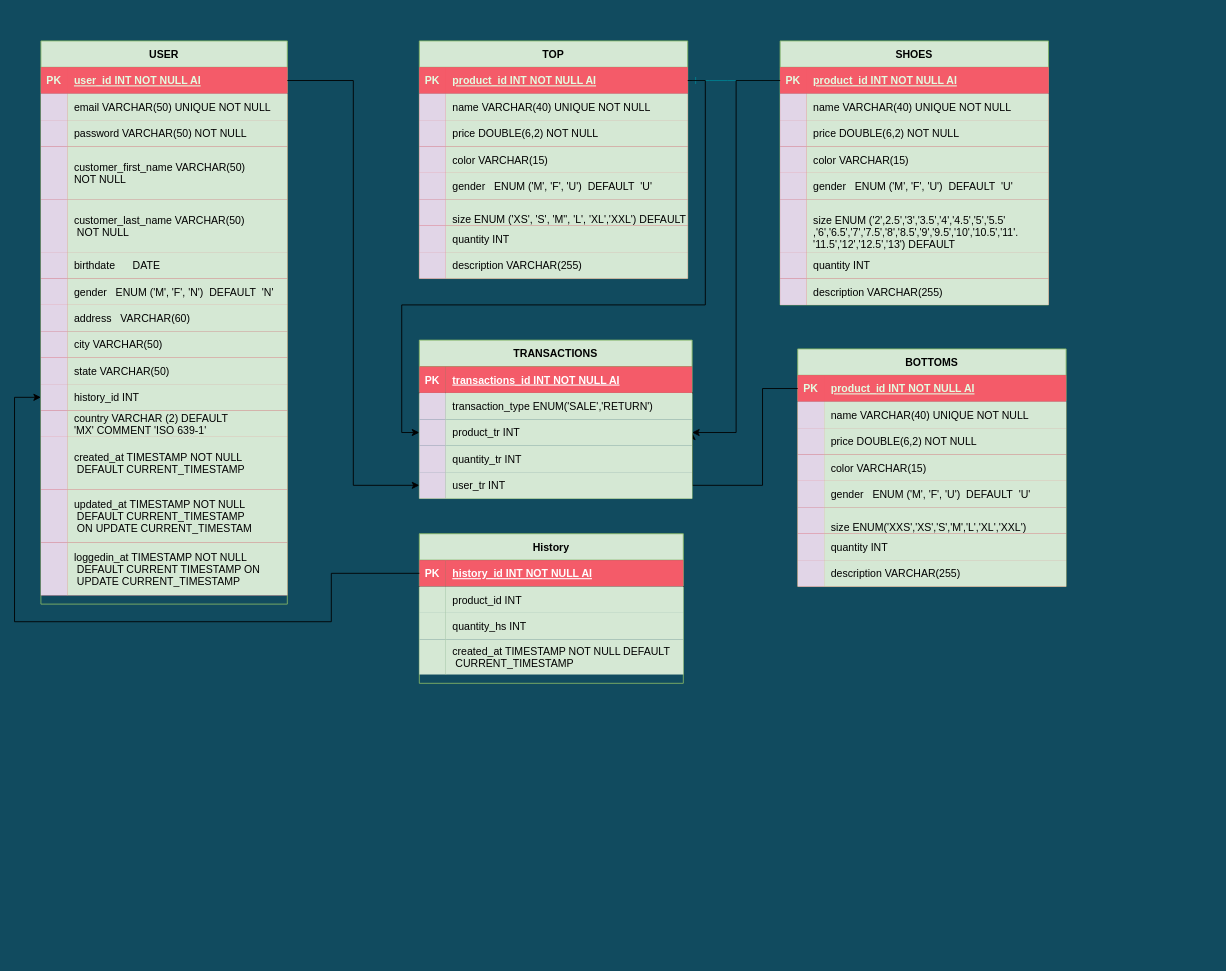
Above: Untitled Diagram.drawio in UTCh-BIS-Team/Entity-Relationship-Model (draw.io), before the change. Source tidied: cells renumbered, new cells numbered last; positions are measured from the earlier drawing's top-left corner, leaving out a move shared by most shapes. Both pictures are drawn from the tidied source at 88%, with x=0, y=0 at pixel (14, 40).
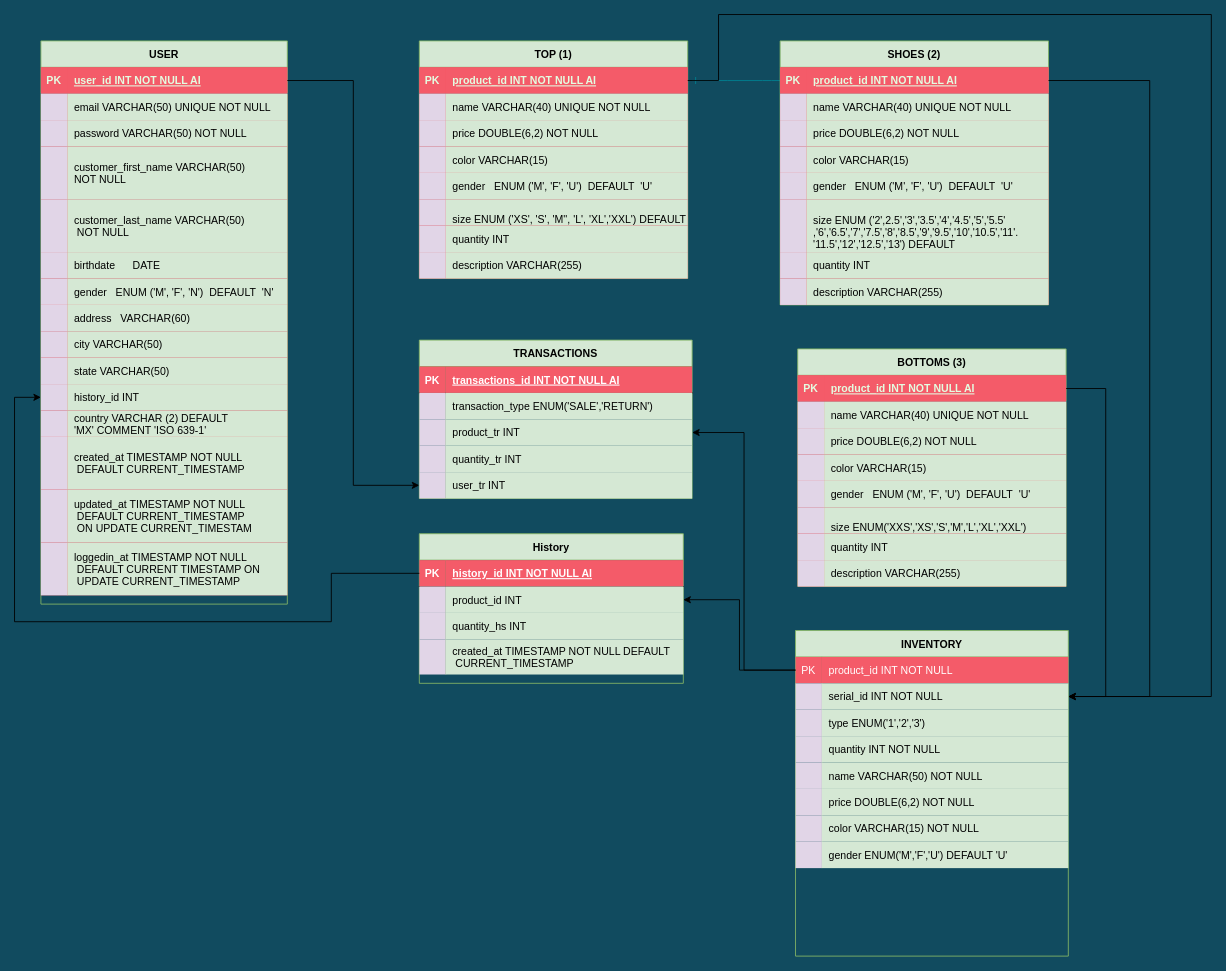
Above is the later version.

Unchanged cells that the change refers to:
```xml
<mxCell id="4" style="shape=partialRectangle;fillColor=#F45B69;points=[[0,0.5],[1,0.5]];portConstraint=eastwest;top=0;left=0;right=0;bottom=1;strokeColor=#028090;fontColor=#E4FDE1;" parent="3" vertex="1">
  <mxGeometry y="30" width="305" height="30" as="geometry" />
</mxCell>
<mxCell id="29" style="shape=partialRectangle;fillColor=#F45B69;points=[[0,0.5],[1,0.5]];portConstraint=eastwest;top=0;left=0;right=0;bottom=1;strokeColor=#028090;fontColor=#E4FDE1;" parent="28" vertex="1">
  <mxGeometry y="30" width="305" height="30" as="geometry" />
</mxCell>
<mxCell id="54" style="shape=partialRectangle;fillColor=#F45B69;points=[[0,0.5],[1,0.5]];portConstraint=eastwest;top=0;left=0;right=0;bottom=1;strokeColor=#028090;fontColor=#E4FDE1;" parent="53" vertex="1">
  <mxGeometry y="30" width="305" height="30" as="geometry" />
</mxCell>
<mxCell id="135" style="shape=partialRectangle;fillColor=none;top=0;left=0;bottom=0;right=0;points=[[0,0.5],[1,0.5]];portConstraint=eastwest;" parent="128" vertex="1">
  <mxGeometry y="90" width="310" height="30" as="geometry" />
</mxCell>
<mxCell id="148" style="shape=partialRectangle;fillColor=none;top=0;left=0;bottom=0;right=0;points=[[0,0.5],[1,0.5]];portConstraint=eastwest;" parent="144" vertex="1">
  <mxGeometry y="60" width="300" height="30" as="geometry" />
</mxCell>
<mxCell id="151" style="shape=partialRectangle;fillColor=none;top=0;left=0;bottom=0;right=0;" parent="144" vertex="1">
  <mxGeometry y="90" width="300" height="30" as="geometry" />
</mxCell>
<mxCell id="154" style="shape=partialRectangle;fillColor=none;top=0;left=0;bottom=0;right=0;" parent="144" vertex="1">
  <mxGeometry y="120" width="300" height="40" as="geometry" />
</mxCell>
```

Change to the diagram source:
```diff
@@
-    <mxCell id="3" value="SHOES" style="shape=table;startSize=30;childLayout=tableLayout;rowLines=0;fontStyle=1;align=center;fillColor=#d5e8d4;strokeColor=#82b366;" parent="1" vertex="1">
+    <mxCell id="3" value="SHOES (2)" style="shape=table;startSize=30;childLayout=tableLayout;rowLines=0;fontStyle=1;align=center;fillColor=#d5e8d4;strokeColor=#82b366;" parent="1" vertex="1">
       <mxGeometry x="870" width="305" height="300" as="geometry" />
     </mxCell>
@@
-    <mxCell id="28" value="TOP" style="shape=table;startSize=30;childLayout=tableLayout;rowLines=0;fontStyle=1;align=center;fillColor=#d5e8d4;strokeColor=#82b366;" parent="1" vertex="1">
+    <mxCell id="28" value="TOP (1)" style="shape=table;startSize=30;childLayout=tableLayout;rowLines=0;fontStyle=1;align=center;fillColor=#d5e8d4;strokeColor=#82b366;" parent="1" vertex="1">
       <mxGeometry x="460" width="305" height="270" as="geometry" />
     </mxCell>
@@
-    <mxCell id="53" value="BOTTOMS" style="shape=table;startSize=30;childLayout=tableLayout;rowLines=0;fontStyle=1;align=center;fillColor=#d5e8d4;strokeColor=#82b366;" parent="1" vertex="1">
+    <mxCell id="53" value="BOTTOMS (3)" style="shape=table;startSize=30;childLayout=tableLayout;rowLines=0;fontStyle=1;align=center;fillColor=#d5e8d4;strokeColor=#82b366;" parent="1" vertex="1">
       <mxGeometry x="890" y="350" width="305" height="270" as="geometry" />
     </mxCell>
@@
-    <mxCell id="56" value="product_id INT NOT NULL AI" style="shape=partialRectangle;overflow=hidden;fillColor=#F45B69;top=0;left=0;bottom=0;right=0;align=left;spacingLeft=6;fontStyle=5;strokeColor=#028090;fontColor=#E4FDE1;" parent="54" vertex="1">
+    <mxCell id="56" value="product_id INT NOT NULL AI" style="shape=partialRectangle;overflow=hidden;top=0;left=0;bottom=0;right=0;align=left;spacingLeft=6;fontStyle=5;strokeColor=#028090;fontColor=#E4FDE1;fillColor=#F45B69;" parent="54" vertex="1">
       <mxGeometry x="30" width="275" height="30" as="geometry" />
     </mxCell>
@@
-    <mxCell id="78" style="edgeStyle=orthogonalEdgeStyle;rounded=0;jettySize=auto;html=1;entryX=1;entryY=0.5;entryDx=0;entryDy=0;fontColor=#FFFFFF;" parent="1" edge="1" source="54" target="135">
-      <mxGeometry relative="1" as="geometry">
-        <Array as="points">
-          <mxPoint x="850" y="395" />
-          <mxPoint x="850" y="505" />
-        </Array>
-      </mxGeometry>
-    </mxCell>
-    <mxCell id="79" style="edgeStyle=orthogonalEdgeStyle;rounded=0;jettySize=auto;html=1;entryX=0;entryY=0.5;entryDx=0;entryDy=0;fontColor=#FFFFFF;" parent="1" edge="1" source="29" target="135">
-      <mxGeometry relative="1" as="geometry">
-        <Array as="points">
-          <mxPoint x="785" y="45" />
-          <mxPoint x="785" y="300" />
-          <mxPoint x="440" y="300" />
-          <mxPoint x="440" y="445" />
-        </Array>
-      </mxGeometry>
-    </mxCell>
-    <mxCell id="80" style="edgeStyle=orthogonalEdgeStyle;rounded=0;jettySize=auto;html=1;entryX=1;entryY=0.5;entryDx=0;entryDy=0;fontColor=#FFFFFF;" parent="1" edge="1" source="4" target="135">
-      <mxGeometry relative="1" as="geometry" />
-    </mxCell>
@@
-    <mxCell id="136" style="shape=partialRectangle;fillColor=#e1d5e7;top=0;left=0;bottom=0;right=0;overflow=hidden;strokeColor=#9673a6;" parent="135" vertex="1">
+    <mxCell id="136" style="shape=partialRectangle;top=0;left=0;bottom=0;right=0;overflow=hidden;strokeColor=#9673a6;fillColor=#E1D5E7;" parent="135" vertex="1">
       <mxGeometry width="30" height="30" as="geometry" />
     </mxCell>
@@
-    <mxCell id="149" style="shape=partialRectangle;fillColor=#d5e8d4;top=0;left=0;bottom=0;right=0;overflow=hidden;strokeColor=#82b366;" parent="148" vertex="1">
+    <mxCell id="149" style="shape=partialRectangle;top=0;left=0;bottom=0;right=0;overflow=hidden;strokeColor=#82b366;fillColor=#E1D5E7;" parent="148" vertex="1">
       <mxGeometry width="30" height="30" as="geometry" />
     </mxCell>
@@
-    <mxCell id="152" style="shape=partialRectangle;fillColor=#d5e8d4;top=0;left=0;bottom=0;right=0;overflow=hidden;strokeColor=#82b366;" parent="151" vertex="1">
+    <mxCell id="152" style="shape=partialRectangle;top=0;left=0;bottom=0;right=0;overflow=hidden;strokeColor=#82b366;fillColor=#E1D5E7;" parent="151" vertex="1">
       <mxGeometry width="30" height="30" as="geometry" />
     </mxCell>
@@
-    <mxCell id="155" style="shape=partialRectangle;fillColor=#d5e8d4;top=0;left=0;bottom=0;right=0;overflow=hidden;strokeColor=#82b366;" parent="154" vertex="1">
+    <mxCell id="155" style="shape=partialRectangle;top=0;left=0;bottom=0;right=0;overflow=hidden;strokeColor=#82b366;fillColor=#E1D5E7;" parent="154" vertex="1">
       <mxGeometry width="30" height="40" as="geometry" />
     </mxCell>
@@
+    <mxCell id="158" value="INVENTORY" style="shape=table;startSize=30;childLayout=tableLayout;rowLines=0;fontStyle=1;align=center;fillColor=#d5e8d4;strokeColor=#82b366;" parent="1" vertex="1">
+      <mxGeometry x="887.5" y="670" width="310" height="370" as="geometry" />
+    </mxCell>
+    <mxCell id="159" style="shape=partialRectangle;fillColor=none;top=0;left=0;bottom=0;right=0;points=[[0,0.5],[1,0.5]];portConstraint=eastwest;" parent="158" vertex="1">
+      <mxGeometry y="30" width="310" height="30" as="geometry" />
+    </mxCell>
+    <mxCell id="160" value="PK" style="shape=partialRectangle;top=0;left=0;bottom=0;right=0;overflow=hidden;strokeColor=#82b366;fillColor=#F45B69;fontColor=#FFFFFF;" parent="159" vertex="1">
+      <mxGeometry width="30" height="30" as="geometry" />
+    </mxCell>
+    <mxCell id="161" value="product_id INT NOT NULL " style="shape=partialRectangle;top=0;left=0;bottom=0;right=0;align=left;spacingLeft=6;overflow=hidden;strokeColor=#82b366;fillColor=#F45B69;fontColor=#FFFFFF;" parent="159" vertex="1">
+      <mxGeometry x="30" width="280" height="30" as="geometry" />
+    </mxCell>
+    <mxCell id="162" style="shape=partialRectangle;fillColor=none;top=0;left=0;bottom=0;right=0;points=[[0,0.5],[1,0.5]];portConstraint=eastwest;" parent="158" vertex="1">
+      <mxGeometry y="60" width="310" height="30" as="geometry" />
+    </mxCell>
+    <mxCell id="163" style="shape=partialRectangle;top=0;left=0;bottom=0;right=0;overflow=hidden;strokeColor=#82b366;fillColor=#E1D5E7;" parent="162" vertex="1">
+      <mxGeometry width="30" height="30" as="geometry" />
+    </mxCell>
+    <mxCell id="164" value="serial_id INT NOT NULL" style="shape=partialRectangle;top=0;left=0;bottom=0;right=0;align=left;spacingLeft=6;overflow=hidden;strokeColor=#82b366;fillColor=#d5e8d4;" parent="162" vertex="1">
+      <mxGeometry x="30" width="280" height="30" as="geometry" />
+    </mxCell>
+    <mxCell id="165" style="shape=partialRectangle;fillColor=none;top=0;left=0;bottom=0;right=0;" parent="158" vertex="1">
+      <mxGeometry y="90" width="310" height="30" as="geometry" />
+    </mxCell>
+    <mxCell id="166" style="shape=partialRectangle;top=0;left=0;bottom=0;right=0;overflow=hidden;strokeColor=#82b366;fillColor=#E1D5E7;" parent="165" vertex="1">
+      <mxGeometry width="30" height="30" as="geometry" />
+    </mxCell>
+    <mxCell id="167" value="type ENUM('1','2','3') " style="shape=partialRectangle;fillColor=#d5e8d4;top=0;left=0;bottom=0;right=0;align=left;spacingLeft=6;overflow=hidden;strokeColor=#82b366;" parent="165" vertex="1">
+      <mxGeometry x="30" width="280" height="30" as="geometry" />
+    </mxCell>
+    <mxCell id="168" style="shape=partialRectangle;fillColor=none;top=0;left=0;bottom=0;right=0;" parent="158" vertex="1">
+      <mxGeometry y="120" width="310" height="30" as="geometry" />
+    </mxCell>
+    <mxCell id="169" style="shape=partialRectangle;top=0;left=0;bottom=0;right=0;overflow=hidden;strokeColor=#82b366;fillColor=#E1D5E7;" parent="168" vertex="1">
+      <mxGeometry width="30" height="30" as="geometry" />
+    </mxCell>
+    <mxCell id="170" value="quantity INT NOT NULL" style="shape=partialRectangle;fillColor=#d5e8d4;top=0;left=0;bottom=0;right=0;align=left;spacingLeft=6;overflow=hidden;strokeColor=#82b366;" parent="168" vertex="1">
+      <mxGeometry x="30" width="280" height="30" as="geometry" />
+    </mxCell>
+    <mxCell id="171" style="shape=partialRectangle;fillColor=none;top=0;left=0;bottom=0;right=0;" parent="158" vertex="1">
+      <mxGeometry y="150" width="310" height="30" as="geometry" />
+    </mxCell>
+    <mxCell id="172" style="shape=partialRectangle;top=0;left=0;bottom=0;right=0;overflow=hidden;strokeColor=#82b366;fillColor=#E1D5E7;" parent="171" vertex="1">
+      <mxGeometry width="30" height="30" as="geometry" />
+    </mxCell>
+    <mxCell id="173" value="name VARCHAR(50) NOT NULL" style="shape=partialRectangle;fillColor=#d5e8d4;top=0;left=0;bottom=0;right=0;align=left;spacingLeft=6;overflow=hidden;strokeColor=#82b366;" parent="171" vertex="1">
+      <mxGeometry x="30" width="280" height="30" as="geometry" />
+    </mxCell>
+    <mxCell id="174" style="shape=partialRectangle;fillColor=none;top=0;left=0;bottom=0;right=0;" parent="158" vertex="1">
+      <mxGeometry y="180" width="310" height="30" as="geometry" />
+    </mxCell>
+    <mxCell id="175" style="shape=partialRectangle;top=0;left=0;bottom=0;right=0;overflow=hidden;strokeColor=#82b366;fillColor=#E1D5E7;" parent="174" vertex="1">
+      <mxGeometry width="30" height="30" as="geometry" />
+    </mxCell>
+    <mxCell id="176" value="price DOUBLE(6,2) NOT NULL" style="shape=partialRectangle;fillColor=#d5e8d4;top=0;left=0;bottom=0;right=0;align=left;spacingLeft=6;overflow=hidden;strokeColor=#82b366;" parent="174" vertex="1">
+      <mxGeometry x="30" width="280" height="30" as="geometry" />
+    </mxCell>
+    <mxCell id="177" style="shape=partialRectangle;fillColor=none;top=0;left=0;bottom=0;right=0;" parent="158" vertex="1">
+      <mxGeometry y="210" width="310" height="30" as="geometry" />
+    </mxCell>
+    <mxCell id="178" style="shape=partialRectangle;top=0;left=0;bottom=0;right=0;overflow=hidden;strokeColor=#82b366;fillColor=#E1D5E7;" parent="177" vertex="1">
+      <mxGeometry width="30" height="30" as="geometry" />
+    </mxCell>
+    <mxCell id="179" value="color VARCHAR(15) NOT NULL" style="shape=partialRectangle;fillColor=#d5e8d4;top=0;left=0;bottom=0;right=0;align=left;spacingLeft=6;overflow=hidden;strokeColor=#82b366;" parent="177" vertex="1">
+      <mxGeometry x="30" width="280" height="30" as="geometry" />
+    </mxCell>
+    <mxCell id="180" style="shape=partialRectangle;fillColor=none;top=0;left=0;bottom=0;right=0;" parent="158" vertex="1">
+      <mxGeometry y="240" width="310" height="30" as="geometry" />
+    </mxCell>
+    <mxCell id="181" style="shape=partialRectangle;top=0;left=0;bottom=0;right=0;overflow=hidden;strokeColor=#82b366;fillColor=#E1D5E7;" parent="180" vertex="1">
+      <mxGeometry width="30" height="30" as="geometry" />
+    </mxCell>
+    <mxCell id="182" value="gender ENUM('M','F','U') DEFAULT 'U'" style="shape=partialRectangle;fillColor=#d5e8d4;top=0;left=0;bottom=0;right=0;align=left;spacingLeft=6;overflow=hidden;strokeColor=#82b366;" parent="180" vertex="1">
+      <mxGeometry x="30" width="280" height="30" as="geometry" />
+    </mxCell>
+    <mxCell id="183" style="edgeStyle=orthogonalEdgeStyle;rounded=0;jettySize=auto;html=1;entryX=1;entryY=0.5;entryDx=0;entryDy=0;fontColor=#FFFFFF;exitX=1;exitY=0.5;exitDx=0;exitDy=0;" parent="1" edge="1" source="54" target="162">
+      <mxGeometry relative="1" as="geometry">
+        <Array as="points">
+          <mxPoint x="1240" y="395" />
+          <mxPoint x="1240" y="745" />
+        </Array>
+      </mxGeometry>
+    </mxCell>
+    <mxCell id="184" style="edgeStyle=orthogonalEdgeStyle;rounded=0;jettySize=auto;html=1;entryX=1;entryY=0.5;entryDx=0;entryDy=0;fontColor=#FFFFFF;exitX=1;exitY=0.5;exitDx=0;exitDy=0;" parent="1" edge="1" source="29" target="162">
+      <mxGeometry relative="1" as="geometry">
+        <Array as="points">
+          <mxPoint x="800" y="45" />
+          <mxPoint x="800" y="-30" />
+          <mxPoint x="1360" y="-30" />
+          <mxPoint x="1360" y="745" />
+        </Array>
+      </mxGeometry>
+    </mxCell>
+    <mxCell id="185" style="edgeStyle=orthogonalEdgeStyle;rounded=0;jettySize=auto;html=1;entryX=1;entryY=0.5;entryDx=0;entryDy=0;fontColor=#FFFFFF;" parent="1" edge="1" source="4" target="162">
+      <mxGeometry relative="1" as="geometry">
+        <Array as="points">
+          <mxPoint x="1290" y="45" />
+          <mxPoint x="1290" y="745" />
+        </Array>
+      </mxGeometry>
+    </mxCell>
+    <mxCell id="186" style="edgeStyle=orthogonalEdgeStyle;rounded=0;jettySize=auto;html=1;entryX=1;entryY=0.5;entryDx=0;entryDy=0;fontColor=#FFFFFF;" parent="1" edge="1" source="159" target="148">
+      <mxGeometry relative="1" as="geometry" />
+    </mxCell>
+    <mxCell id="187" style="edgeStyle=orthogonalEdgeStyle;rounded=0;jettySize=auto;html=1;entryX=1;entryY=0.5;entryDx=0;entryDy=0;fontColor=#FFFFFF;" parent="1" edge="1" source="159" target="135">
+      <mxGeometry relative="1" as="geometry">
+        <Array as="points">
+          <mxPoint x="829" y="715" />
+          <mxPoint x="829" y="445" />
+        </Array>
+      </mxGeometry>
+    </mxCell>
```
